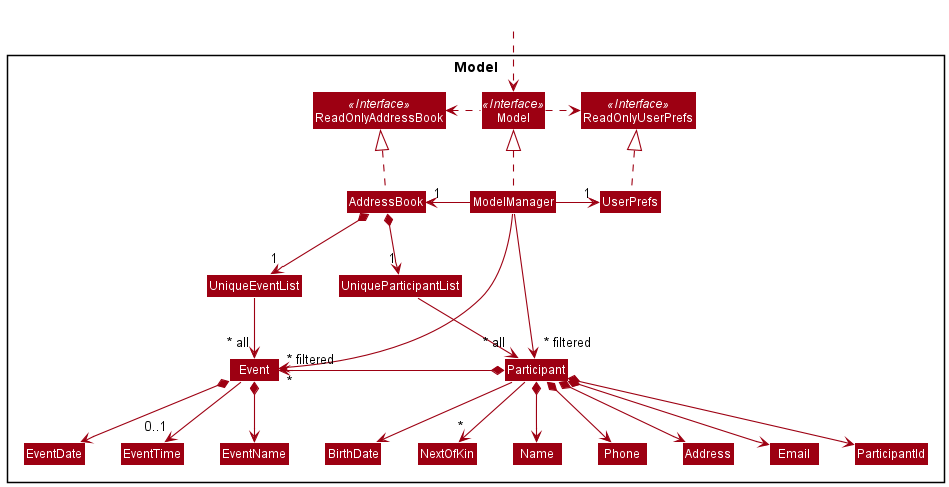
Before: docs/images/ModelClassDiagram.png, a diagram exported from PlantUML (nus-cs2103-AY2122S1/tp).
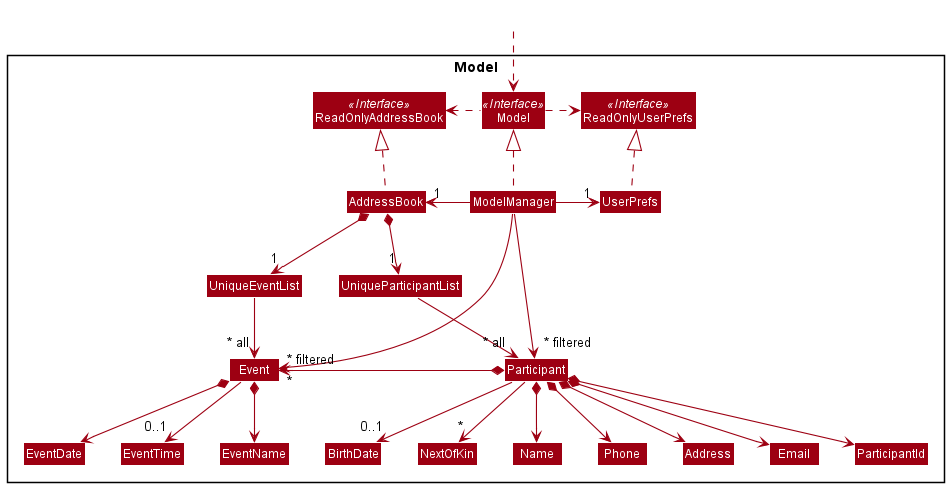
The same diagram one commit later.

Commit message:
Update ModelClassDiagram and BetterModelClassDiagram

What changed in the source:
```diff
@@ -56,7 +56,7 @@
 Participant *--> Email
 Participant *--> Address
 Participant *--> ParticipantId
-Participant --> BirthDate
+Participant --> "0..1" BirthDate
 Participant --> "*" NextOfKin
 Participant *-left-> "*" Event
 
```
